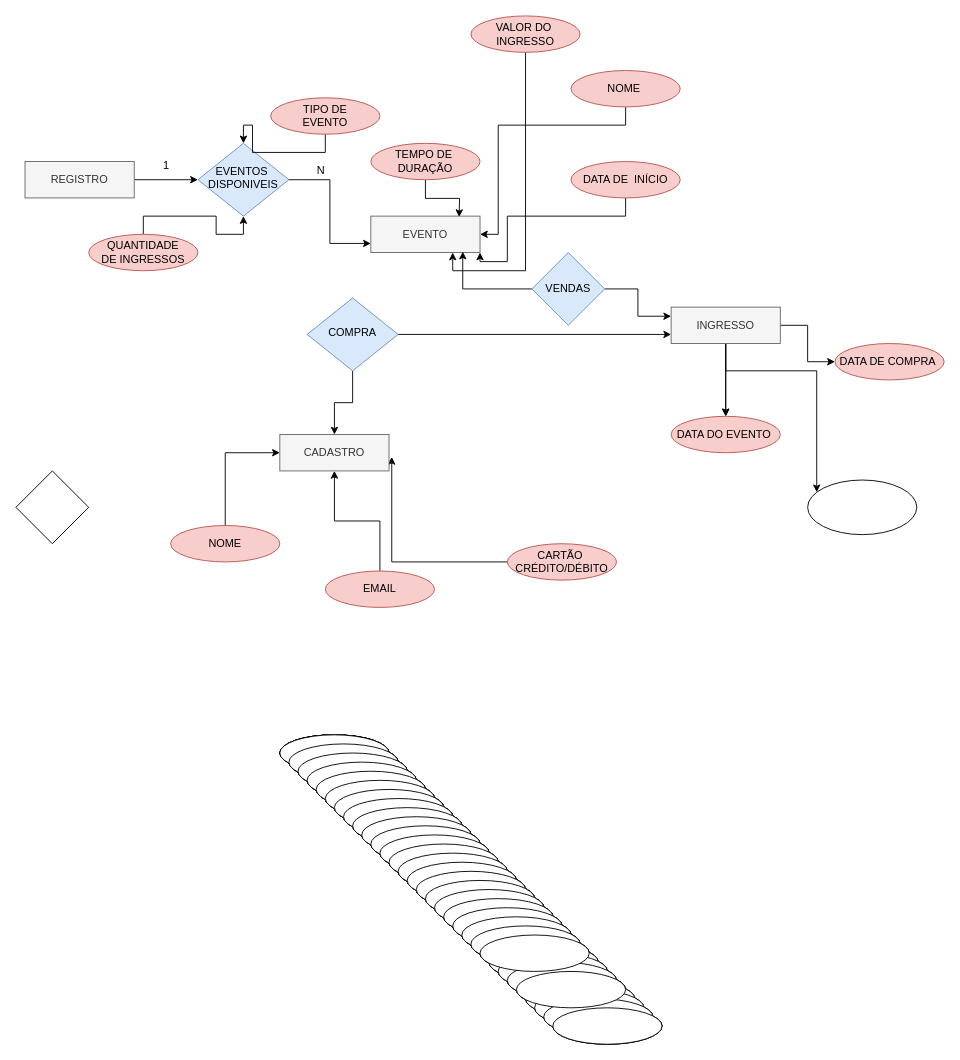
Before: Diagrama sem nome.drawio in maelmascarenhas/AulaJavaUnicap, a draw.io diagram. Source tidied: cells renumbered, new cells numbered last; positions are measured from the earlier drawing's top-left corner, leaving out a move shared by most shapes. Both pictures are drawn from the tidied source at 91%, with x=0, y=0 at pixel (15, 15).
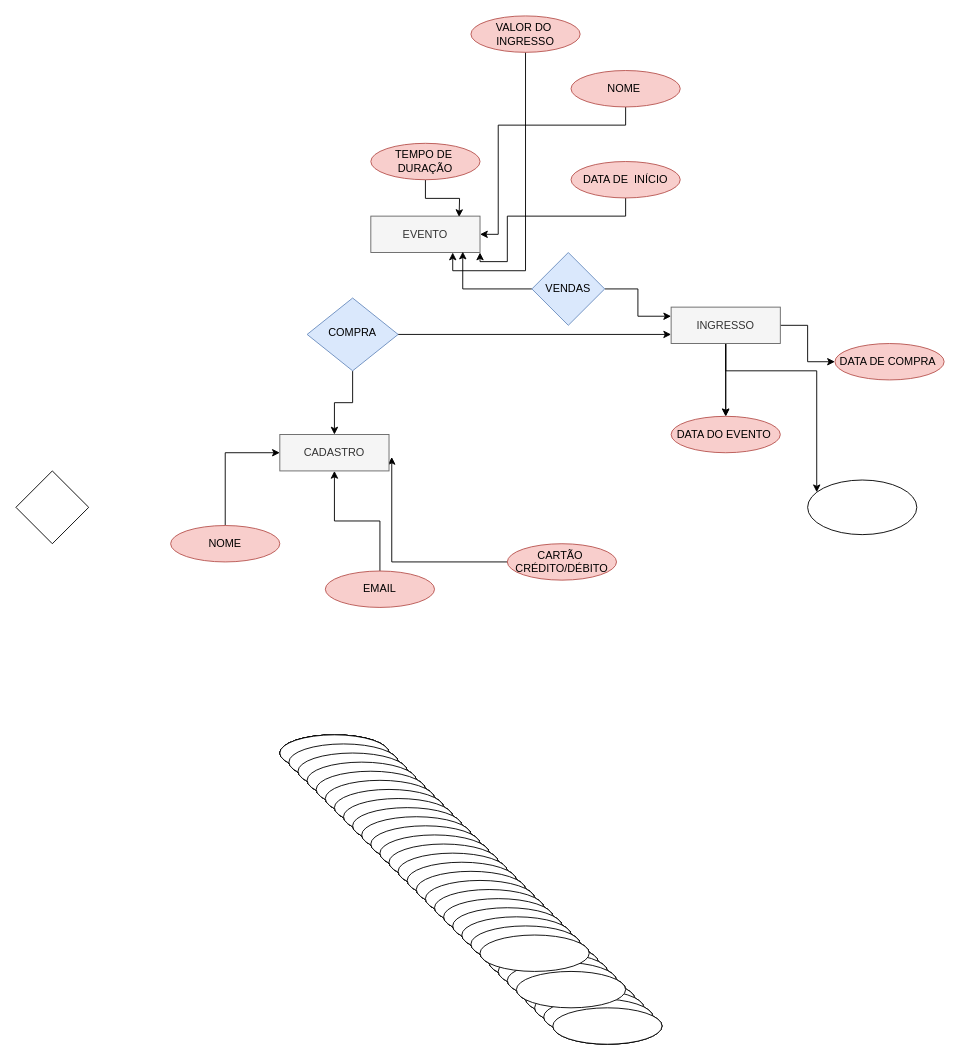
Above is the later version.

The change refers to these unchanged cells:
```xml
<mxCell id="193" value="EVENTO" style="rounded=0;whiteSpace=wrap;html=1;fillColor=#f5f5f5;strokeColor=#666666;fontColor=#333333;" parent="1" vertex="1">
  <mxGeometry x="390" y="220" width="120" height="40" as="geometry" />
</mxCell>
```

Diff of the diagram source:
```diff
@@
-    <mxCell id="2" value="EVENTOS&amp;nbsp;&lt;br&gt;DISPONIVEIS" style="rhombus;whiteSpace=wrap;html=1;shadow=0;fontFamily=Helvetica;fontSize=12;align=center;strokeWidth=1;spacing=6;spacingTop=-4;fillColor=#dae8fc;strokeColor=#6c8ebf;" parent="1" vertex="1">
-      <mxGeometry x="200" y="140" width="100" height="80" as="geometry" />
-    </mxCell>
@@
-    <mxCell id="153" style="edgeStyle=orthogonalEdgeStyle;rounded=0;jettySize=auto;html=1;" parent="1" edge="1" source="154" target="2">
-      <mxGeometry relative="1" as="geometry" />
-    </mxCell>
-    <mxCell id="154" value="QUANTIDADE &lt;br&gt;DE INGRESSOS" style="ellipse;whiteSpace=wrap;html=1;rotation=0;fillColor=#f8cecc;strokeColor=#b85450;" parent="1" vertex="1">
-      <mxGeometry x="80" y="240" width="120" height="40" as="geometry" />
-    </mxCell>
@@
-    <mxCell id="182" style="edgeStyle=orthogonalEdgeStyle;rounded=0;jettySize=auto;html=1;entryX=0.5;entryY=0;entryDx=0;entryDy=0;" parent="1" edge="1" source="183" target="2">
-      <mxGeometry relative="1" as="geometry" />
-    </mxCell>
-    <mxCell id="183" value="TIPO DE&lt;br&gt;EVENTO" style="ellipse;whiteSpace=wrap;html=1;rotation=0;fillColor=#f8cecc;strokeColor=#b85450;" parent="1" vertex="1">
-      <mxGeometry x="280" y="90" width="120" height="40" as="geometry" />
-    </mxCell>
@@
-    <mxCell id="190" style="edgeStyle=orthogonalEdgeStyle;rounded=0;jettySize=auto;html=1;exitX=1;exitY=0.5;exitDx=0;exitDy=0;entryX=0;entryY=0.75;entryDx=0;entryDy=0;" parent="1" edge="1" source="2" target="193">
-      <mxGeometry relative="1" as="geometry" />
-    </mxCell>
-    <mxCell id="191" value="1" style="text;html=1;align=center;verticalAlign=middle;fillColor=none;strokeColor=none;rounded=0;" parent="1" vertex="1">
-      <mxGeometry x="150" y="150" width="30" height="30" as="geometry" />
-    </mxCell>
-    <mxCell id="192" value="N" style="text;html=1;align=center;verticalAlign=middle;fillColor=none;strokeColor=none;rounded=0;" parent="1" vertex="1">
-      <mxGeometry x="320" y="155" width="30" height="30" as="geometry" />
-    </mxCell>
@@
-    <mxCell id="206" style="edgeStyle=orthogonalEdgeStyle;rounded=0;jettySize=auto;html=1;" parent="1" edge="1" source="207" target="2">
-      <mxGeometry relative="1" as="geometry" />
-    </mxCell>
-    <mxCell id="207" value="REGISTRO" style="rounded=0;whiteSpace=wrap;html=1;fillColor=#f5f5f5;fontColor=#333333;strokeColor=#666666;" parent="1" vertex="1">
-      <mxGeometry x="10" y="160" width="120" height="40" as="geometry" />
-    </mxCell>
```
